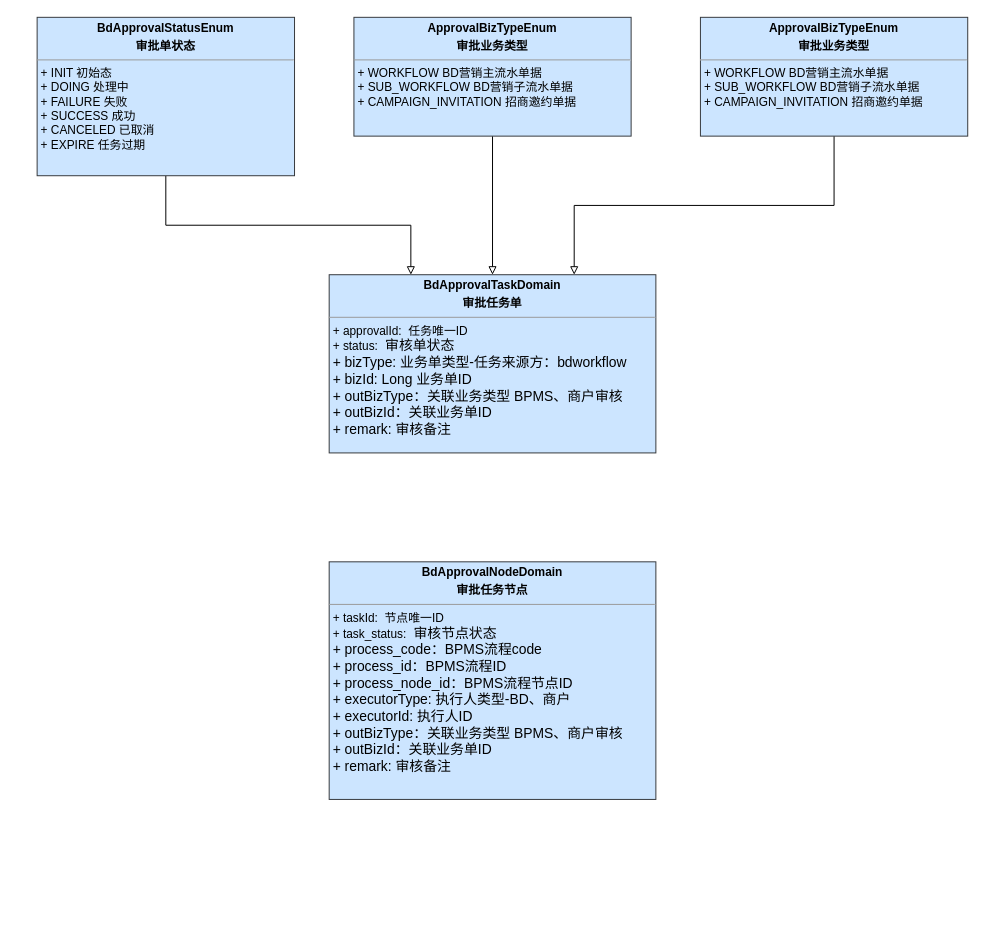
Earlier version of the draw.io diagram page "审批任务模型" (4 of 5) of 阶梯爆红包架构方案.drawio (jon-kong/draw.io). Source tidied: cells renumbered, new cells numbered last; positions are measured from the earlier drawing's top-left corner, leaving out a move shared by most shapes. Both pictures are drawn from the tidied source at 99%, with x=0, y=0 at pixel (37, 17).
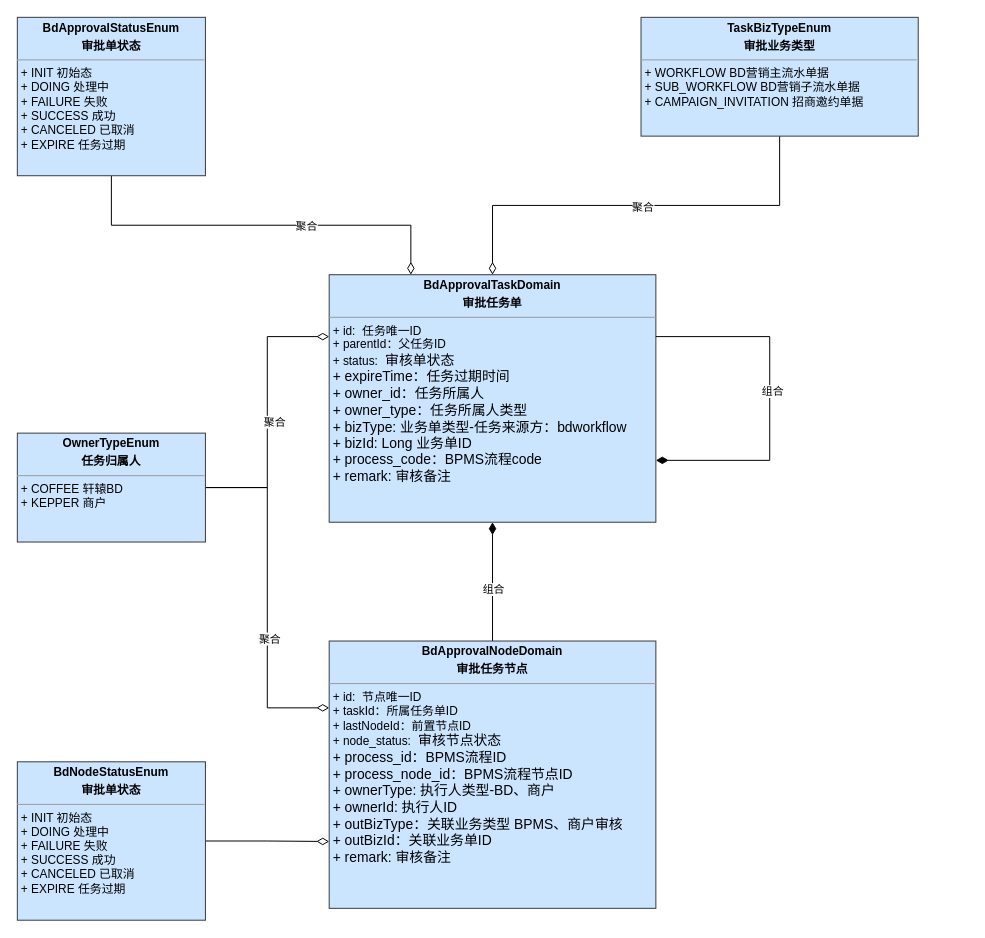
The same diagram, later.

Diff of the diagram source:
```diff
@@
-    <mxCell id="2" value="&lt;p style=&quot;margin:0px;margin-top:4px;text-align:center;&quot;&gt;&lt;b&gt;BdApprovalTaskDomain&lt;/b&gt;&lt;/p&gt;&lt;p style=&quot;margin:0px;margin-top:4px;text-align:center;&quot;&gt;&lt;b&gt;审批任务单&lt;/b&gt;&lt;/p&gt;&lt;hr size=&quot;1&quot;&gt;&lt;p style=&quot;margin:0px;margin-left:4px;&quot;&gt;+ approvalId:&amp;nbsp; 任务唯一ID&lt;br&gt;+ status:&amp;nbsp;&lt;span style=&quot;font-family: &amp;quot;Fira Code Retina&amp;quot;; font-size: 10.5pt;&quot;&gt;&amp;nbsp;&lt;/span&gt;&lt;span style=&quot;font-family: &amp;quot;Fira Code Retina&amp;quot;; font-size: 10.5pt;&quot;&gt;审核单状态&lt;/span&gt;&lt;/p&gt;&lt;p style=&quot;margin:0px;margin-left:4px;&quot;&gt;&lt;span style=&quot;font-family: &amp;quot;Fira Code Retina&amp;quot;; font-size: 10.5pt;&quot;&gt;+ bizType:&amp;nbsp;&lt;/span&gt;&lt;span style=&quot;font-family: &amp;quot;Fira Code Retina&amp;quot;; font-size: 10.5pt;&quot;&gt;业务单类型-任务来源方：bdworkflow&lt;/span&gt;&lt;/p&gt;&lt;p style=&quot;margin:0px;margin-left:4px;&quot;&gt;&lt;span style=&quot;font-family: &amp;quot;Fira Code Retina&amp;quot;; font-size: 10.5pt;&quot;&gt;+ bizId: Long 业务单ID&lt;/span&gt;&lt;/p&gt;&lt;p style=&quot;margin:0px;margin-left:4px;&quot;&gt;&lt;span style=&quot;font-family: &amp;quot;Fira Code Retina&amp;quot;; font-size: 10.5pt;&quot;&gt;+ outBizType：关联业务类型 BPMS、商户审核&lt;/span&gt;&lt;/p&gt;&lt;p style=&quot;margin:0px;margin-left:4px;&quot;&gt;&lt;span style=&quot;font-family: &amp;quot;Fira Code Retina&amp;quot;; font-size: 10.5pt;&quot;&gt;+ outBizId：关联业务单ID&lt;/span&gt;&lt;/p&gt;&lt;p style=&quot;margin:0px;margin-left:4px;&quot;&gt;&lt;span style=&quot;font-family: &amp;quot;Fira Code Retina&amp;quot;; font-size: 10.5pt;&quot;&gt;+ remark: 审核备注&lt;/span&gt;&lt;/p&gt;&lt;p style=&quot;margin:0px;margin-left:4px;&quot;&gt;&lt;br&gt;&lt;/p&gt;" style="verticalAlign=top;align=left;overflow=fill;fontSize=12;fontFamily=Helvetica;html=1;rounded=0;fillColor=#cce5ff;strokeColor=#36393d;" parent="1" vertex="1">
-      <mxGeometry x="295" y="260" width="330" height="180" as="geometry" />
+    <mxCell id="2" value="&lt;p style=&quot;margin:0px;margin-top:4px;text-align:center;&quot;&gt;&lt;b&gt;BdApprovalTaskDomain&lt;/b&gt;&lt;/p&gt;&lt;p style=&quot;margin:0px;margin-top:4px;text-align:center;&quot;&gt;&lt;b&gt;审批任务单&lt;/b&gt;&lt;/p&gt;&lt;hr size=&quot;1&quot;&gt;&lt;p style=&quot;margin:0px;margin-left:4px;&quot;&gt;+ id:&amp;nbsp; 任务唯一ID&lt;/p&gt;&lt;p style=&quot;margin:0px;margin-left:4px;&quot;&gt;+ parentId：父任务ID&lt;br&gt;+ status:&amp;nbsp;&lt;span style=&quot;font-family: &amp;quot;Fira Code Retina&amp;quot;; font-size: 10.5pt;&quot;&gt;&amp;nbsp;&lt;/span&gt;&lt;span style=&quot;font-family: &amp;quot;Fira Code Retina&amp;quot;; font-size: 10.5pt;&quot;&gt;审核单状态&lt;/span&gt;&lt;/p&gt;&lt;p style=&quot;margin:0px;margin-left:4px;&quot;&gt;&lt;span style=&quot;font-family: &amp;quot;Fira Code Retina&amp;quot;; font-size: 10.5pt; background-color: initial;&quot;&gt;+ expireTime：任务过期时间&lt;/span&gt;&lt;br&gt;&lt;/p&gt;&lt;p style=&quot;margin:0px;margin-left:4px;&quot;&gt;&lt;span style=&quot;font-family: &amp;quot;Fira Code Retina&amp;quot;; font-size: 10.5pt; background-color: initial;&quot;&gt;+ owner_id：任务所属人&lt;/span&gt;&lt;/p&gt;&lt;p style=&quot;margin:0px;margin-left:4px;&quot;&gt;&lt;span style=&quot;font-family: &amp;quot;Fira Code Retina&amp;quot;; font-size: 10.5pt; background-color: initial;&quot;&gt;+ owner_type：任务所属人类型&lt;/span&gt;&lt;/p&gt;&lt;p style=&quot;margin:0px;margin-left:4px;&quot;&gt;&lt;span style=&quot;font-family: &amp;quot;Fira Code Retina&amp;quot;; font-size: 10.5pt;&quot;&gt;+ bizType:&amp;nbsp;&lt;/span&gt;&lt;span style=&quot;font-family: &amp;quot;Fira Code Retina&amp;quot;; font-size: 10.5pt;&quot;&gt;业务单类型-任务来源方：bdworkflow&lt;/span&gt;&lt;/p&gt;&lt;p style=&quot;margin:0px;margin-left:4px;&quot;&gt;&lt;span style=&quot;font-family: &amp;quot;Fira Code Retina&amp;quot;; font-size: 10.5pt;&quot;&gt;+ bizId: Long 业务单ID&lt;/span&gt;&lt;/p&gt;&lt;p style=&quot;margin:0px;margin-left:4px;&quot;&gt;&lt;span style=&quot;font-family: &amp;quot;Fira Code Retina&amp;quot;; font-size: 14px;&quot;&gt;+ process_code：BPMS流程code&lt;/span&gt;&lt;span style=&quot;font-family: &amp;quot;Fira Code Retina&amp;quot;; font-size: 10.5pt;&quot;&gt;&lt;br&gt;&lt;/span&gt;&lt;/p&gt;&lt;p style=&quot;margin:0px;margin-left:4px;&quot;&gt;&lt;span style=&quot;font-family: &amp;quot;Fira Code Retina&amp;quot;; font-size: 10.5pt;&quot;&gt;+ remark: 审核备注&lt;/span&gt;&lt;/p&gt;&lt;p style=&quot;margin:0px;margin-left:4px;&quot;&gt;&lt;br&gt;&lt;/p&gt;" style="verticalAlign=top;align=left;overflow=fill;fontSize=12;fontFamily=Helvetica;html=1;rounded=0;fillColor=#cce5ff;strokeColor=#36393d;" parent="1" vertex="1">
+      <mxGeometry x="295" y="260" width="330" height="250" as="geometry" />
     </mxCell>
-    <mxCell id="3" style="edgeStyle=orthogonalEdgeStyle;rounded=0;jettySize=auto;html=1;exitX=0.5;exitY=1;exitDx=0;exitDy=0;entryX=0.25;entryY=0;entryDx=0;entryDy=0;endArrow=block;endFill=0;" parent="1" edge="1" source="4" target="2">
+    <mxCell id="3" style="edgeStyle=orthogonalEdgeStyle;rounded=0;jettySize=auto;html=1;exitX=0.5;exitY=1;exitDx=0;exitDy=0;entryX=0.25;entryY=0;entryDx=0;entryDy=0;endArrow=diamondThin;endFill=0;endSize=10;" parent="1" edge="1" source="4" target="2">
       <mxGeometry relative="1" as="geometry" />
     </mxCell>
+    <mxCell id="10" value="聚合" style="edgeLabel;html=1;align=center;verticalAlign=middle;" parent="3" vertex="1">
+      <mxGeometry x="0.22" relative="1" as="geometry" />
+    </mxCell>
     <mxCell id="4" value="&lt;p style=&quot;margin:0px;margin-top:4px;text-align:center;&quot;&gt;&lt;b&gt;BdApprovalStatusEnum&lt;/b&gt;&lt;/p&gt;&lt;p style=&quot;margin:0px;margin-top:4px;text-align:center;&quot;&gt;&lt;b&gt;审批单状态&lt;/b&gt;&lt;/p&gt;&lt;hr size=&quot;1&quot;&gt;&lt;p style=&quot;margin:0px;margin-left:4px;&quot;&gt;+ INIT 初始态&lt;/p&gt;&lt;p style=&quot;margin:0px;margin-left:4px;&quot;&gt;+ DOING 处理中&lt;/p&gt;&lt;p style=&quot;margin:0px;margin-left:4px;&quot;&gt;+ FAILURE 失败&lt;/p&gt;&lt;p style=&quot;margin:0px;margin-left:4px;&quot;&gt;+ SUCCESS 成功&lt;/p&gt;&lt;p style=&quot;margin:0px;margin-left:4px;&quot;&gt;+ CANCELED 已取消&lt;/p&gt;&lt;p style=&quot;margin:0px;margin-left:4px;&quot;&gt;+ EXPIRE 任务过期&lt;/p&gt;" style="verticalAlign=top;align=left;overflow=fill;fontSize=12;fontFamily=Helvetica;html=1;rounded=0;fillColor=#cce5ff;strokeColor=#36393d;" parent="1" vertex="1">
-      <mxGeometry width="260" height="160" as="geometry" />
+      <mxGeometry x="-20" width="190" height="160" as="geometry" />
     </mxCell>
-    <mxCell id="5" style="edgeStyle=orthogonalEdgeStyle;rounded=0;jettySize=auto;html=1;exitX=0.5;exitY=1;exitDx=0;exitDy=0;entryX=0.75;entryY=0;entryDx=0;entryDy=0;endArrow=block;endFill=0;" parent="1" edge="1" source="6" target="2">
-      <mxGeometry relative="1" as="geometry" />
-    </mxCell>
-    <mxCell id="6" value="&lt;p style=&quot;margin:0px;margin-top:4px;text-align:center;&quot;&gt;&lt;b&gt;ApprovalBizTypeEnum&lt;/b&gt;&lt;/p&gt;&lt;p style=&quot;margin:0px;margin-top:4px;text-align:center;&quot;&gt;&lt;b&gt;审批业务类型&lt;/b&gt;&lt;/p&gt;&lt;hr size=&quot;1&quot;&gt;&lt;p style=&quot;margin:0px;margin-left:4px;&quot;&gt;+ WORKFLOW BD营销主流水单据&lt;/p&gt;&lt;p style=&quot;margin:0px;margin-left:4px;&quot;&gt;+ SUB_WORKFLOW BD营销子流水单据&lt;/p&gt;&lt;p style=&quot;margin:0px;margin-left:4px;&quot;&gt;+ CAMPAIGN_INVITATION 招商邀约单据&lt;/p&gt;" style="verticalAlign=top;align=left;overflow=fill;fontSize=12;fontFamily=Helvetica;html=1;rounded=0;fillColor=#cce5ff;strokeColor=#36393d;" parent="1" vertex="1">
-      <mxGeometry x="670" width="270" height="120" as="geometry" />
-    </mxCell>
-    <mxCell id="7" style="edgeStyle=orthogonalEdgeStyle;rounded=0;jettySize=auto;html=1;exitX=0.5;exitY=1;exitDx=0;exitDy=0;endArrow=block;endFill=0;" parent="1" edge="1" source="8" target="2">
+    <mxCell id="7" style="edgeStyle=orthogonalEdgeStyle;rounded=0;jettySize=auto;html=1;exitX=0.5;exitY=1;exitDx=0;exitDy=0;endArrow=diamondThin;endFill=0;endSize=10;" parent="1" edge="1" source="8" target="2">
       <mxGeometry relative="1" as="geometry" />
     </mxCell>
+    <mxCell id="11" value="聚合" style="edgeLabel;html=1;align=center;verticalAlign=middle;" parent="7" vertex="1">
+      <mxGeometry x="-0.03" y="1" relative="1" as="geometry" />
+    </mxCell>
-    <mxCell id="8" value="&lt;p style=&quot;margin:0px;margin-top:4px;text-align:center;&quot;&gt;&lt;b&gt;ApprovalBizTypeEnum&lt;/b&gt;&lt;/p&gt;&lt;p style=&quot;margin:0px;margin-top:4px;text-align:center;&quot;&gt;&lt;b&gt;审批业务类型&lt;/b&gt;&lt;/p&gt;&lt;hr size=&quot;1&quot;&gt;&lt;p style=&quot;margin:0px;margin-left:4px;&quot;&gt;+ WORKFLOW BD营销主流水单据&lt;/p&gt;&lt;p style=&quot;margin:0px;margin-left:4px;&quot;&gt;+ SUB_WORKFLOW BD营销子流水单据&lt;/p&gt;&lt;p style=&quot;margin:0px;margin-left:4px;&quot;&gt;+ CAMPAIGN_INVITATION 招商邀约单据&lt;/p&gt;" style="verticalAlign=top;align=left;overflow=fill;fontSize=12;fontFamily=Helvetica;html=1;rounded=0;fillColor=#cce5ff;strokeColor=#36393d;" parent="1" vertex="1">
-      <mxGeometry x="320" width="280" height="120" as="geometry" />
+    <mxCell id="8" value="&lt;p style=&quot;margin:0px;margin-top:4px;text-align:center;&quot;&gt;&lt;b&gt;TaskBizTypeEnum&lt;/b&gt;&lt;/p&gt;&lt;p style=&quot;margin:0px;margin-top:4px;text-align:center;&quot;&gt;&lt;b&gt;审批业务类型&lt;/b&gt;&lt;/p&gt;&lt;hr size=&quot;1&quot;&gt;&lt;p style=&quot;margin:0px;margin-left:4px;&quot;&gt;+ WORKFLOW BD营销主流水单据&lt;/p&gt;&lt;p style=&quot;margin:0px;margin-left:4px;&quot;&gt;+ SUB_WORKFLOW BD营销子流水单据&lt;/p&gt;&lt;p style=&quot;margin:0px;margin-left:4px;&quot;&gt;+ CAMPAIGN_INVITATION 招商邀约单据&lt;/p&gt;" style="verticalAlign=top;align=left;overflow=fill;fontSize=12;fontFamily=Helvetica;html=1;rounded=0;fillColor=#cce5ff;strokeColor=#36393d;" parent="1" vertex="1">
+      <mxGeometry x="610" width="280" height="120" as="geometry" />
     </mxCell>
+    <mxCell id="12" style="edgeStyle=orthogonalEdgeStyle;rounded=0;jettySize=auto;html=1;exitX=0.5;exitY=0;exitDx=0;exitDy=0;entryX=0.5;entryY=1;entryDx=0;entryDy=0;endArrow=diamondThin;endFill=1;endSize=10;" parent="1" edge="1" source="9" target="2">
+      <mxGeometry relative="1" as="geometry" />
+    </mxCell>
+    <mxCell id="13" value="组合" style="edgeLabel;html=1;align=center;verticalAlign=middle;" parent="12" vertex="1">
+      <mxGeometry x="-0.11" relative="1" as="geometry" />
+    </mxCell>
-    <mxCell id="9" value="&lt;p style=&quot;margin:0px;margin-top:4px;text-align:center;&quot;&gt;&lt;b&gt;BdApprovalNodeDomain&lt;/b&gt;&lt;/p&gt;&lt;p style=&quot;margin:0px;margin-top:4px;text-align:center;&quot;&gt;&lt;b&gt;审批任务节点&lt;/b&gt;&lt;/p&gt;&lt;hr size=&quot;1&quot;&gt;&lt;p style=&quot;margin:0px;margin-left:4px;&quot;&gt;+ taskId:&amp;nbsp; 节点唯一ID&lt;br&gt;+ task_status:&amp;nbsp;&lt;span style=&quot;font-family: &amp;quot;Fira Code Retina&amp;quot;; font-size: 10.5pt;&quot;&gt;&amp;nbsp;&lt;/span&gt;&lt;span style=&quot;font-family: &amp;quot;Fira Code Retina&amp;quot;; font-size: 10.5pt;&quot;&gt;审核节点状态&lt;/span&gt;&lt;/p&gt;&lt;p style=&quot;margin:0px;margin-left:4px;&quot;&gt;&lt;span style=&quot;font-family: &amp;quot;Fira Code Retina&amp;quot;; font-size: 10.5pt;&quot;&gt;+ process_code：BPMS流程code&lt;/span&gt;&lt;/p&gt;&lt;p style=&quot;margin:0px;margin-left:4px;&quot;&gt;&lt;span style=&quot;font-family: &amp;quot;Fira Code Retina&amp;quot;; font-size: 14px;&quot;&gt;+ process_id：BPMS流程ID&lt;/span&gt;&lt;span style=&quot;font-family: &amp;quot;Fira Code Retina&amp;quot;; font-size: 10.5pt;&quot;&gt;&lt;br&gt;&lt;/span&gt;&lt;/p&gt;&lt;p style=&quot;margin:0px;margin-left:4px;&quot;&gt;&lt;span style=&quot;font-family: &amp;quot;Fira Code Retina&amp;quot;; font-size: 14px;&quot;&gt;+ process_node_id：BPMS流程节点ID&lt;/span&gt;&lt;span style=&quot;font-family: &amp;quot;Fira Code Retina&amp;quot;; font-size: 14px;&quot;&gt;&lt;br&gt;&lt;/span&gt;&lt;/p&gt;&lt;p style=&quot;margin:0px;margin-left:4px;&quot;&gt;&lt;span style=&quot;font-family: &amp;quot;Fira Code Retina&amp;quot;; font-size: 10.5pt;&quot;&gt;+ executorType:&amp;nbsp;&lt;/span&gt;&lt;span style=&quot;font-family: &amp;quot;Fira Code Retina&amp;quot;; font-size: 10.5pt;&quot;&gt;执行人类型-BD、商户&lt;/span&gt;&lt;/p&gt;&lt;p style=&quot;margin:0px;margin-left:4px;&quot;&gt;&lt;span style=&quot;font-family: &amp;quot;Fira Code Retina&amp;quot;; font-size: 10.5pt;&quot;&gt;+ executorId: 执行人ID&lt;/span&gt;&lt;/p&gt;&lt;p style=&quot;margin:0px;margin-left:4px;&quot;&gt;&lt;span style=&quot;font-family: &amp;quot;Fira Code Retina&amp;quot;; font-size: 10.5pt;&quot;&gt;+ outBizType：关联业务类型 BPMS、商户审核&lt;/span&gt;&lt;/p&gt;&lt;p style=&quot;margin:0px;margin-left:4px;&quot;&gt;&lt;span style=&quot;font-family: &amp;quot;Fira Code Retina&amp;quot;; font-size: 10.5pt;&quot;&gt;+ outBizId：关联业务单ID&lt;/span&gt;&lt;/p&gt;&lt;p style=&quot;margin:0px;margin-left:4px;&quot;&gt;&lt;span style=&quot;font-family: &amp;quot;Fira Code Retina&amp;quot;; font-size: 10.5pt;&quot;&gt;+ remark: 审核备注&lt;/span&gt;&lt;/p&gt;&lt;p style=&quot;margin:0px;margin-left:4px;&quot;&gt;&lt;br&gt;&lt;/p&gt;" style="verticalAlign=top;align=left;overflow=fill;fontSize=12;fontFamily=Helvetica;html=1;rounded=0;fillColor=#cce5ff;strokeColor=#36393d;" parent="1" vertex="1">
-      <mxGeometry x="295" y="550" width="330" height="240" as="geometry" />
+    <mxCell id="9" value="&lt;p style=&quot;margin:0px;margin-top:4px;text-align:center;&quot;&gt;&lt;b&gt;BdApprovalNodeDomain&lt;/b&gt;&lt;/p&gt;&lt;p style=&quot;margin:0px;margin-top:4px;text-align:center;&quot;&gt;&lt;b&gt;审批任务节点&lt;/b&gt;&lt;/p&gt;&lt;hr size=&quot;1&quot;&gt;&lt;p style=&quot;margin:0px;margin-left:4px;&quot;&gt;+ id:&amp;nbsp; 节点唯一ID&lt;/p&gt;&lt;p style=&quot;margin:0px;margin-left:4px;&quot;&gt;+ taskId：所属任务单ID&lt;/p&gt;&lt;p style=&quot;margin:0px;margin-left:4px;&quot;&gt;+ lastNodeId：前置节点ID&lt;br&gt;+ node_status:&amp;nbsp;&lt;span style=&quot;font-family: &amp;quot;Fira Code Retina&amp;quot;; font-size: 10.5pt;&quot;&gt;&amp;nbsp;&lt;/span&gt;&lt;span style=&quot;font-family: &amp;quot;Fira Code Retina&amp;quot;; font-size: 10.5pt;&quot;&gt;审核节点状态&lt;/span&gt;&lt;/p&gt;&lt;p style=&quot;margin:0px;margin-left:4px;&quot;&gt;&lt;span style=&quot;font-family: &amp;quot;Fira Code Retina&amp;quot;; font-size: 14px;&quot;&gt;+ process_id：BPMS流程ID&lt;/span&gt;&lt;span style=&quot;font-family: &amp;quot;Fira Code Retina&amp;quot;; font-size: 10.5pt;&quot;&gt;&lt;br&gt;&lt;/span&gt;&lt;/p&gt;&lt;p style=&quot;margin:0px;margin-left:4px;&quot;&gt;&lt;span style=&quot;font-family: &amp;quot;Fira Code Retina&amp;quot;; font-size: 14px;&quot;&gt;+ process_node_id：BPMS流程节点ID&lt;/span&gt;&lt;span style=&quot;font-family: &amp;quot;Fira Code Retina&amp;quot;; font-size: 14px;&quot;&gt;&lt;br&gt;&lt;/span&gt;&lt;/p&gt;&lt;p style=&quot;margin:0px;margin-left:4px;&quot;&gt;&lt;span style=&quot;font-family: &amp;quot;Fira Code Retina&amp;quot;; font-size: 10.5pt;&quot;&gt;+ ownerType:&amp;nbsp;&lt;/span&gt;&lt;span style=&quot;font-family: &amp;quot;Fira Code Retina&amp;quot;; font-size: 10.5pt;&quot;&gt;执行人类型-BD、商户&lt;/span&gt;&lt;/p&gt;&lt;p style=&quot;margin:0px;margin-left:4px;&quot;&gt;&lt;span style=&quot;font-family: &amp;quot;Fira Code Retina&amp;quot;; font-size: 10.5pt;&quot;&gt;+ ownerId: 执行人ID&lt;/span&gt;&lt;/p&gt;&lt;p style=&quot;margin:0px;margin-left:4px;&quot;&gt;&lt;span style=&quot;font-family: &amp;quot;Fira Code Retina&amp;quot;; font-size: 10.5pt;&quot;&gt;+ outBizType：关联业务类型 BPMS、商户审核&lt;/span&gt;&lt;/p&gt;&lt;p style=&quot;margin:0px;margin-left:4px;&quot;&gt;&lt;span style=&quot;font-family: &amp;quot;Fira Code Retina&amp;quot;; font-size: 10.5pt;&quot;&gt;+ outBizId：关联业务单ID&lt;/span&gt;&lt;/p&gt;&lt;p style=&quot;margin:0px;margin-left:4px;&quot;&gt;&lt;span style=&quot;font-family: &amp;quot;Fira Code Retina&amp;quot;; font-size: 10.5pt;&quot;&gt;+ remark: 审核备注&lt;/span&gt;&lt;/p&gt;&lt;p style=&quot;margin:0px;margin-left:4px;&quot;&gt;&lt;br&gt;&lt;/p&gt;" style="verticalAlign=top;align=left;overflow=fill;fontSize=12;fontFamily=Helvetica;html=1;rounded=0;fillColor=#cce5ff;strokeColor=#36393d;" parent="1" vertex="1">
+      <mxGeometry x="295" y="630" width="330" height="270" as="geometry" />
     </mxCell>
+    <mxCell id="14" style="edgeStyle=orthogonalEdgeStyle;rounded=0;orthogonalLoop=1;jettySize=auto;html=1;exitX=1;exitY=0.25;exitDx=0;exitDy=0;entryX=1;entryY=0.75;entryDx=0;entryDy=0;endArrow=diamondThin;endFill=1;endSize=10;" parent="1" edge="1" source="2" target="2">
+      <mxGeometry relative="1" as="geometry">
+        <Array as="points">
+          <mxPoint x="740" y="323" />
+          <mxPoint x="740" y="448" />
+        </Array>
+      </mxGeometry>
+    </mxCell>
+    <mxCell id="15" value="组合" style="edgeLabel;html=1;align=center;verticalAlign=middle;" parent="14" vertex="1">
+      <mxGeometry x="-0.04" y="2" relative="1" as="geometry" />
+    </mxCell>
+    <mxCell id="16" style="edgeStyle=orthogonalEdgeStyle;rounded=0;jettySize=auto;html=1;exitX=1;exitY=0.5;exitDx=0;exitDy=0;entryX=0;entryY=0.25;entryDx=0;entryDy=0;endArrow=diamondThin;endFill=0;endSize=10;" parent="1" edge="1" source="20" target="2">
+      <mxGeometry relative="1" as="geometry" />
+    </mxCell>
+    <mxCell id="17" value="聚合" style="edgeLabel;html=1;align=center;verticalAlign=middle;" parent="16" vertex="1">
+      <mxGeometry x="-0.18" y="-2" relative="1" as="geometry">
+        <mxPoint x="5" y="-15" as="offset" />
+      </mxGeometry>
+    </mxCell>
+    <mxCell id="18" style="edgeStyle=orthogonalEdgeStyle;rounded=0;jettySize=auto;html=1;exitX=1;exitY=0.5;exitDx=0;exitDy=0;entryX=0;entryY=0.25;entryDx=0;entryDy=0;endArrow=diamondThin;endFill=0;endSize=10;" parent="1" edge="1" source="20" target="9">
+      <mxGeometry relative="1" as="geometry" />
+    </mxCell>
+    <mxCell id="19" value="聚合" style="edgeLabel;html=1;align=center;verticalAlign=middle;" parent="18" vertex="1">
+      <mxGeometry x="0.24" y="2" relative="1" as="geometry" />
+    </mxCell>
+    <mxCell id="20" value="&lt;p style=&quot;margin:0px;margin-top:4px;text-align:center;&quot;&gt;&lt;b&gt;OwnerTypeEnum&lt;/b&gt;&lt;/p&gt;&lt;p style=&quot;margin:0px;margin-top:4px;text-align:center;&quot;&gt;&lt;b&gt;任务归属人&lt;/b&gt;&lt;/p&gt;&lt;hr size=&quot;1&quot;&gt;&lt;p style=&quot;margin:0px;margin-left:4px;&quot;&gt;+ COFFEE 轩辕BD&lt;/p&gt;&lt;p style=&quot;margin:0px;margin-left:4px;&quot;&gt;+ KEPPER 商户&lt;/p&gt;" style="verticalAlign=top;align=left;overflow=fill;fontSize=12;fontFamily=Helvetica;html=1;rounded=0;fillColor=#cce5ff;strokeColor=#36393d;" parent="1" vertex="1">
+      <mxGeometry x="-20" y="420" width="190" height="110" as="geometry" />
+    </mxCell>
+    <mxCell id="21" style="edgeStyle=orthogonalEdgeStyle;rounded=0;jettySize=auto;html=1;exitX=1;exitY=0.5;exitDx=0;exitDy=0;entryX=0;entryY=0.75;entryDx=0;entryDy=0;endArrow=diamondThin;endFill=0;endSize=10;" parent="1" edge="1" source="22" target="9">
+      <mxGeometry relative="1" as="geometry" />
+    </mxCell>
+    <mxCell id="22" value="&lt;p style=&quot;margin:0px;margin-top:4px;text-align:center;&quot;&gt;&lt;b&gt;BdNodeStatusEnum&lt;/b&gt;&lt;/p&gt;&lt;p style=&quot;margin:0px;margin-top:4px;text-align:center;&quot;&gt;&lt;b&gt;审批单状态&lt;/b&gt;&lt;/p&gt;&lt;hr size=&quot;1&quot;&gt;&lt;p style=&quot;margin:0px;margin-left:4px;&quot;&gt;+ INIT 初始态&lt;/p&gt;&lt;p style=&quot;margin:0px;margin-left:4px;&quot;&gt;+ DOING 处理中&lt;/p&gt;&lt;p style=&quot;margin:0px;margin-left:4px;&quot;&gt;+ FAILURE 失败&lt;/p&gt;&lt;p style=&quot;margin:0px;margin-left:4px;&quot;&gt;+ SUCCESS 成功&lt;/p&gt;&lt;p style=&quot;margin:0px;margin-left:4px;&quot;&gt;+ CANCELED 已取消&lt;/p&gt;&lt;p style=&quot;margin:0px;margin-left:4px;&quot;&gt;+ EXPIRE 任务过期&lt;/p&gt;" style="verticalAlign=top;align=left;overflow=fill;fontSize=12;fontFamily=Helvetica;html=1;rounded=0;fillColor=#cce5ff;strokeColor=#36393d;" parent="1" vertex="1">
+      <mxGeometry x="-20" y="752" width="190" height="160" as="geometry" />
+    </mxCell>
```
